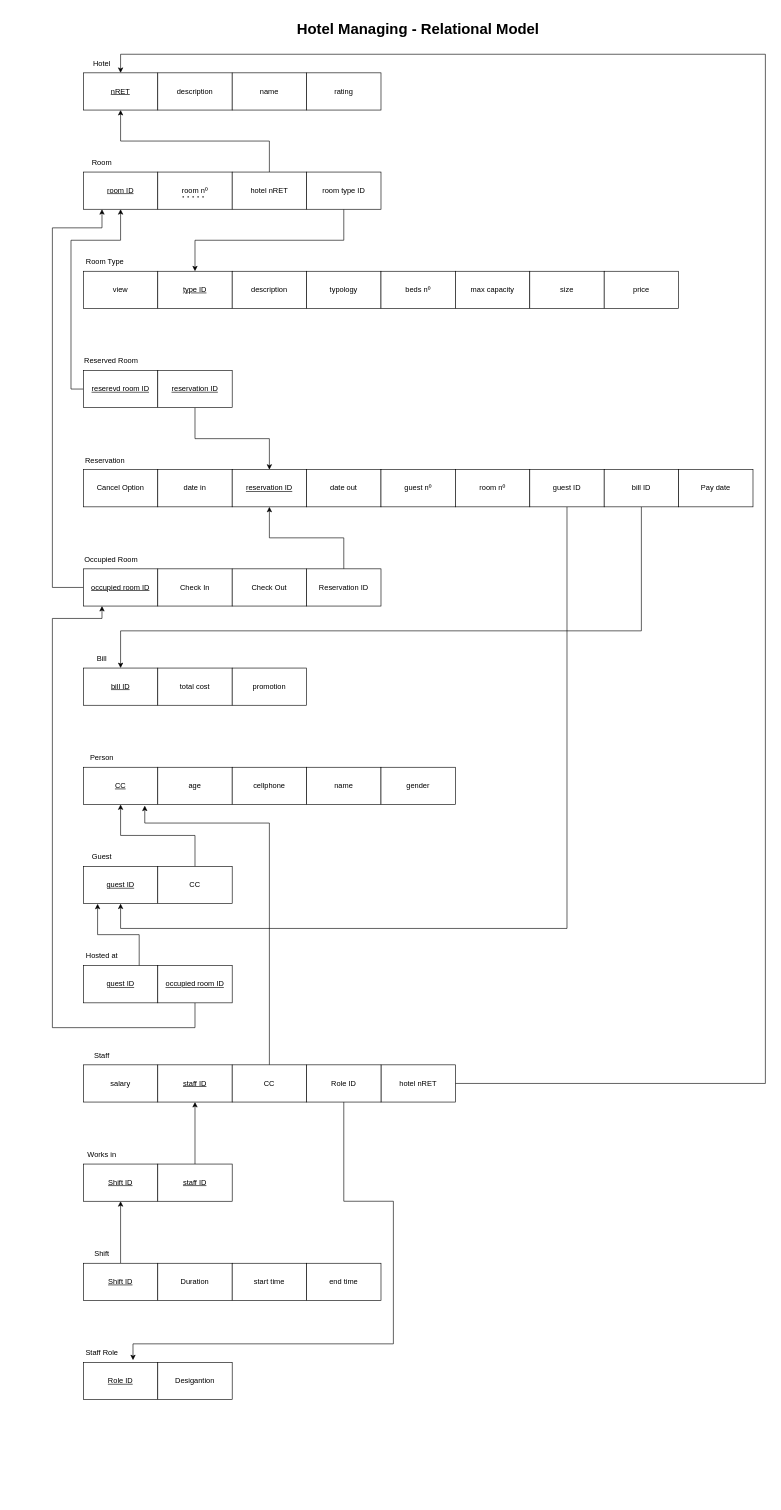
Earlier version of the draw.io diagram RelationalModel.drawio (icbaptista/HotelManaging). Source tidied: cells renumbered, new cells numbered last; positions are measured from the earlier drawing's top-left corner, leaving out a move shared by most shapes. Both pictures are drawn from the tidied source at 62%, with x=0, y=0 at pixel (52, 17).
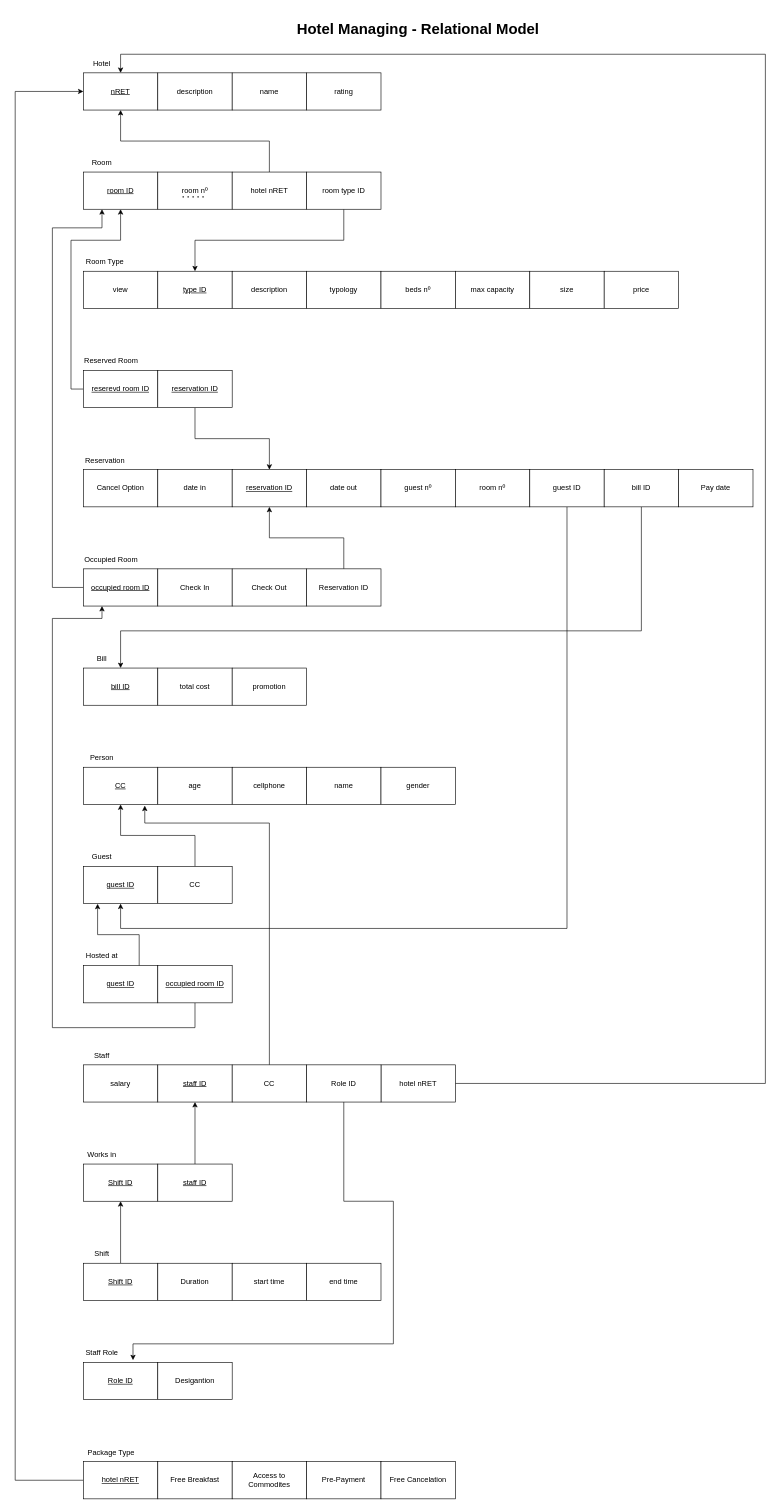
The same page after the edit.

Commit message:
Meti o Package Type

Unchanged cells that the change refers to:
```xml
<mxCell id="3" value="&lt;u&gt;nRET&lt;/u&gt;" style="rounded=0;whiteSpace=wrap;html=1;" parent="1" vertex="1">
  <mxGeometry x="50" y="90" width="120" height="60" as="geometry" />
</mxCell>
```

Change to the diagram source:
```diff
@@
+    <mxCell id="90" value="Package Type" style="text;html=1;strokeColor=none;fillColor=none;align=center;verticalAlign=middle;whiteSpace=wrap;rounded=0;" parent="1" vertex="1">
+      <mxGeometry x="50" y="2300" width="90" height="30" as="geometry" />
+    </mxCell>
+    <mxCell id="91" style="edgeStyle=orthogonalEdgeStyle;rounded=0;jettySize=auto;html=1;exitX=0;exitY=0.5;exitDx=0;exitDy=0;entryX=0;entryY=0.5;entryDx=0;entryDy=0;" parent="1" edge="1" source="92" target="3">
+      <mxGeometry relative="1" as="geometry">
+        <Array as="points">
+          <mxPoint x="-60" y="2360" />
+          <mxPoint x="-60" y="120" />
+        </Array>
+      </mxGeometry>
+    </mxCell>
+    <mxCell id="92" value="&lt;u&gt;hotel nRET&lt;/u&gt;" style="rounded=0;whiteSpace=wrap;html=1;" parent="1" vertex="1">
+      <mxGeometry x="50" y="2330" width="120" height="60" as="geometry" />
+    </mxCell>
+    <mxCell id="93" value="Free Breakfast" style="rounded=0;whiteSpace=wrap;html=1;" parent="1" vertex="1">
+      <mxGeometry x="170" y="2330" width="120" height="60" as="geometry" />
+    </mxCell>
+    <mxCell id="94" value="Access to Commodites" style="rounded=0;whiteSpace=wrap;html=1;" parent="1" vertex="1">
+      <mxGeometry x="290" y="2330" width="120" height="60" as="geometry" />
+    </mxCell>
+    <mxCell id="95" value="Pre-Payment" style="rounded=0;whiteSpace=wrap;html=1;" parent="1" vertex="1">
+      <mxGeometry x="410" y="2330" width="120" height="60" as="geometry" />
+    </mxCell>
+    <mxCell id="96" value="Free Cancelation" style="rounded=0;whiteSpace=wrap;html=1;" parent="1" vertex="1">
+      <mxGeometry x="530" y="2330" width="120" height="60" as="geometry" />
+    </mxCell>
```
